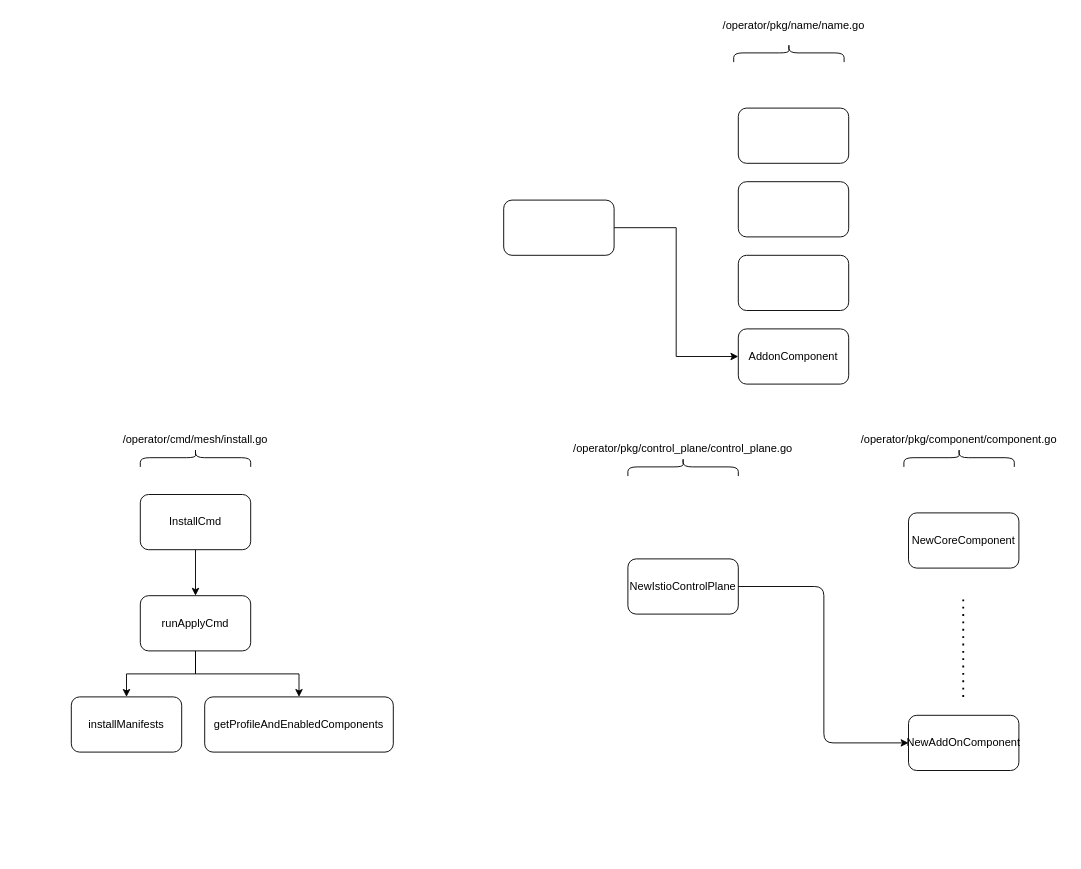
This is istioctl_componet_arch.drawio from xu1zhou/Documents, a draw.io file, before an edit. Source tidied: cells renumbered, new cells numbered last; positions are measured from the earlier drawing's top-left corner, leaving out a move shared by most shapes. Both pictures are drawn from the tidied source at 92%, with x=0, y=0 at pixel (71, -3).
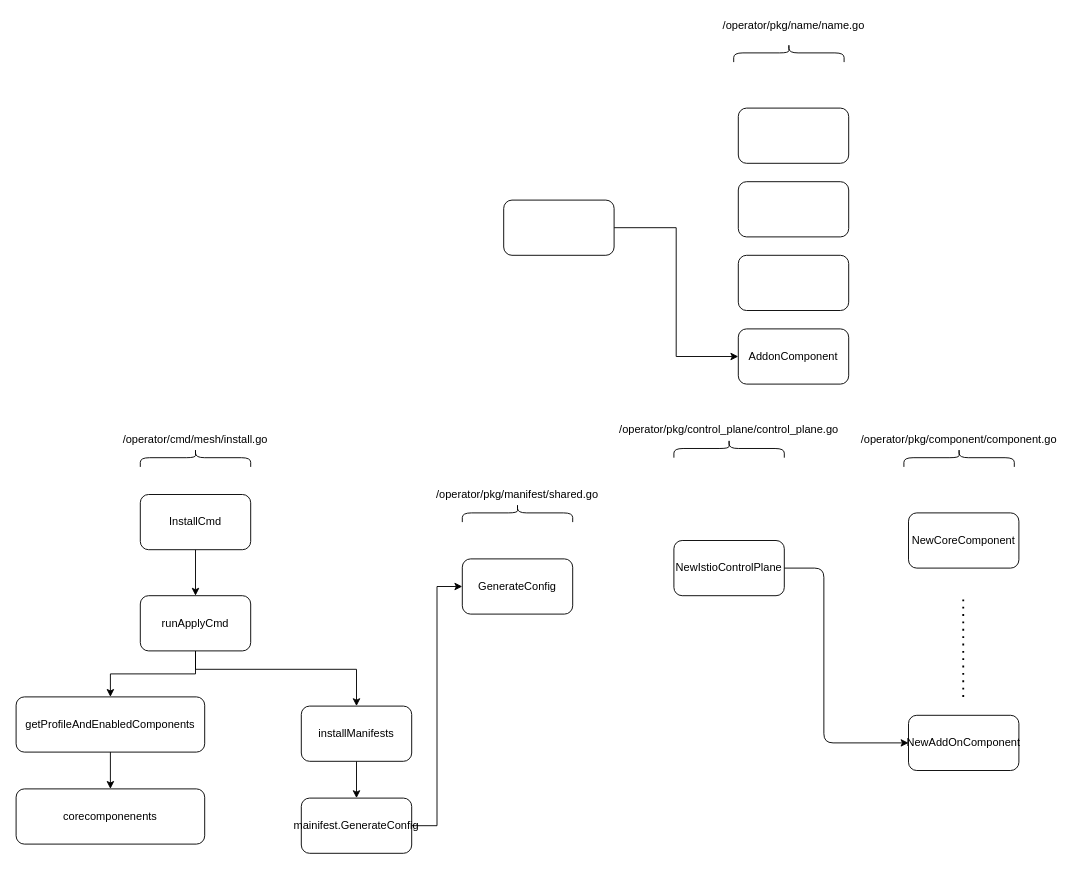
The same diagram, later.

The change refers to these unchanged cells:
```xml
<mxCell id="24" value="runApplyCmd" style="rounded=1;whiteSpace=wrap;html=1;" parent="1" vertex="1">
  <mxGeometry x="75" y="650" width="120" height="60" as="geometry" />
</mxCell>
```

What changed in the source:
```diff
@@
     <mxCell id="15" value="NewIstioControlPlane" style="rounded=1;whiteSpace=wrap;html=1;" parent="1" vertex="1">
-      <mxGeometry x="605" y="610" width="120" height="60" as="geometry" />
+      <mxGeometry x="655" y="590" width="120" height="60" as="geometry" />
     </mxCell>
     <mxCell id="16" value="/operator/pkg/control_plane/control_plane.go" style="text;html=1;strokeColor=none;fillColor=none;align=center;verticalAlign=middle;whiteSpace=wrap;rounded=0;" parent="1" vertex="1">
-      <mxGeometry x="550" y="480" width="230" height="20" as="geometry" />
+      <mxGeometry x="600" y="460" width="230" height="20" as="geometry" />
     </mxCell>
     <mxCell id="17" style="shape=curlyBracket;whiteSpace=wrap;html=1;rounded=1;rotation=90;" parent="1" vertex="1">
-      <mxGeometry x="655" y="450" width="20" height="120" as="geometry" />
+      <mxGeometry x="705" y="430" width="20" height="120" as="geometry" />
     </mxCell>
@@
+    <mxCell id="28" style="edgeStyle=orthogonalEdgeStyle;rounded=0;jettySize=auto;html=1;" parent="1" edge="1" source="21" target="32">
+      <mxGeometry relative="1" as="geometry" />
+    </mxCell>
     <mxCell id="21" value="installManifests" style="rounded=1;whiteSpace=wrap;html=1;" parent="1" vertex="1">
-      <mxGeometry y="760" width="120" height="60" as="geometry" />
+      <mxGeometry x="250" y="770" width="120" height="60" as="geometry" />
     </mxCell>
     <mxCell id="22" style="edgeStyle=orthogonalEdgeStyle;rounded=0;jettySize=auto;html=1;" parent="1" edge="1" source="24" target="21">
-      <mxGeometry relative="1" as="geometry" />
+      <mxGeometry relative="1" as="geometry">
+        <Array as="points">
+          <mxPoint x="135" y="730" />
+          <mxPoint x="310" y="730" />
+        </Array>
+      </mxGeometry>
     </mxCell>
@@
+    <mxCell id="29" style="edgeStyle=orthogonalEdgeStyle;rounded=0;jettySize=auto;html=1;" parent="1" edge="1" source="27" target="30">
+      <mxGeometry relative="1" as="geometry" />
+    </mxCell>
     <mxCell id="27" value="getProfileAndEnabledComponents" style="rounded=1;whiteSpace=wrap;html=1;" parent="1" vertex="1">
-      <mxGeometry x="145" y="760" width="205" height="60" as="geometry" />
+      <mxGeometry x="-60" y="760" width="205" height="60" as="geometry" />
     </mxCell>
+    <mxCell id="30" value="corecomponenents" style="rounded=1;whiteSpace=wrap;html=1;" parent="1" vertex="1">
+      <mxGeometry x="-60" y="860" width="205" height="60" as="geometry" />
+    </mxCell>
+    <mxCell id="31" style="edgeStyle=orthogonalEdgeStyle;rounded=0;jettySize=auto;html=1;entryX=0;entryY=0.5;entryDx=0;entryDy=0;" parent="1" edge="1" source="32" target="35">
+      <mxGeometry relative="1" as="geometry" />
+    </mxCell>
+    <mxCell id="32" value="mainifest.GenerateConfig" style="whiteSpace=wrap;html=1;rounded=1;" parent="1" vertex="1">
+      <mxGeometry x="250" y="870" width="120" height="60" as="geometry" />
+    </mxCell>
+    <mxCell id="33" value="/operator/pkg/manifest/shared.go" style="text;html=1;strokeColor=none;fillColor=none;align=center;verticalAlign=middle;whiteSpace=wrap;rounded=0;" parent="1" vertex="1">
+      <mxGeometry x="370" y="530" width="230" height="20" as="geometry" />
+    </mxCell>
+    <mxCell id="34" style="shape=curlyBracket;whiteSpace=wrap;html=1;rounded=1;rotation=90;" parent="1" vertex="1">
+      <mxGeometry x="475" y="500" width="20" height="120" as="geometry" />
+    </mxCell>
+    <mxCell id="35" value="GenerateConfig" style="rounded=1;whiteSpace=wrap;html=1;" parent="1" vertex="1">
+      <mxGeometry x="425" y="610" width="120" height="60" as="geometry" />
+    </mxCell>
```
